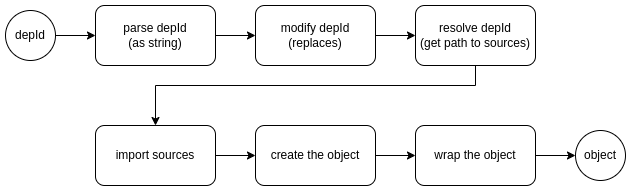
Before: doc/img/teqfw_di_container_steps.png, a diagram exported from draw.io (teqfw/di). Source tidied: cells renumbered, new cells last; positions are measured from the earlier drawing's top-left corner, leaving out a move shared by most shapes. Source of this version:
```xml
<mxGraphModel>
  <root>
    <mxCell id="0" />
    <mxCell id="1" parent="0" />
    <mxCell id="2" style="edgeStyle=orthogonalEdgeStyle;rounded=0;jettySize=auto;html=1;" parent="1" edge="1" source="3" target="5">
      <mxGeometry relative="1" as="geometry" />
    </mxCell>
    <mxCell id="3" value="parse depId &lt;br&gt;(as string)" style="rounded=1;whiteSpace=wrap;html=1;" parent="1" vertex="1">
      <mxGeometry x="90" width="120" height="60" as="geometry" />
    </mxCell>
    <mxCell id="4" style="edgeStyle=orthogonalEdgeStyle;rounded=0;jettySize=auto;html=1;" parent="1" edge="1" source="5" target="7">
      <mxGeometry relative="1" as="geometry" />
    </mxCell>
    <mxCell id="5" value="modify depId&lt;br&gt;(replaces)" style="rounded=1;whiteSpace=wrap;html=1;" parent="1" vertex="1">
      <mxGeometry x="250" width="120" height="60" as="geometry" />
    </mxCell>
    <mxCell id="6" style="edgeStyle=orthogonalEdgeStyle;rounded=0;jettySize=auto;html=1;" parent="1" edge="1" source="7" target="9">
      <mxGeometry relative="1" as="geometry">
        <Array as="points">
          <mxPoint x="470" y="80" />
          <mxPoint x="150" y="80" />
        </Array>
      </mxGeometry>
    </mxCell>
    <mxCell id="7" value="resolve depId&lt;br&gt;(get path to sources)" style="rounded=1;whiteSpace=wrap;html=1;" parent="1" vertex="1">
      <mxGeometry x="410" width="120" height="60" as="geometry" />
    </mxCell>
    <mxCell id="8" style="edgeStyle=orthogonalEdgeStyle;rounded=0;jettySize=auto;html=1;" parent="1" edge="1" source="9" target="11">
      <mxGeometry relative="1" as="geometry" />
    </mxCell>
    <mxCell id="9" value="import sources" style="rounded=1;whiteSpace=wrap;html=1;" parent="1" vertex="1">
      <mxGeometry x="90" y="120" width="120" height="60" as="geometry" />
    </mxCell>
    <mxCell id="10" style="edgeStyle=orthogonalEdgeStyle;rounded=0;jettySize=auto;html=1;" parent="1" edge="1" source="11" target="13">
      <mxGeometry relative="1" as="geometry" />
    </mxCell>
    <mxCell id="11" value="create the object" style="rounded=1;whiteSpace=wrap;html=1;" parent="1" vertex="1">
      <mxGeometry x="250" y="120" width="120" height="60" as="geometry" />
    </mxCell>
    <mxCell id="12" style="edgeStyle=orthogonalEdgeStyle;rounded=0;jettySize=auto;html=1;" parent="1" edge="1" source="13" target="16">
      <mxGeometry relative="1" as="geometry" />
    </mxCell>
    <mxCell id="13" value="wrap the object" style="rounded=1;whiteSpace=wrap;html=1;" parent="1" vertex="1">
      <mxGeometry x="410" y="120" width="120" height="60" as="geometry" />
    </mxCell>
    <mxCell id="14" style="edgeStyle=orthogonalEdgeStyle;rounded=0;jettySize=auto;html=1;" parent="1" edge="1" source="15" target="3">
      <mxGeometry relative="1" as="geometry" />
    </mxCell>
    <mxCell id="15" value="depId" style="ellipse;whiteSpace=wrap;html=1;" parent="1" vertex="1">
      <mxGeometry y="5" width="50" height="50" as="geometry" />
    </mxCell>
    <mxCell id="16" value="object" style="ellipse;whiteSpace=wrap;html=1;" parent="1" vertex="1">
      <mxGeometry x="570" y="125" width="50" height="50" as="geometry" />
    </mxCell>
  </root>
</mxGraphModel>
```
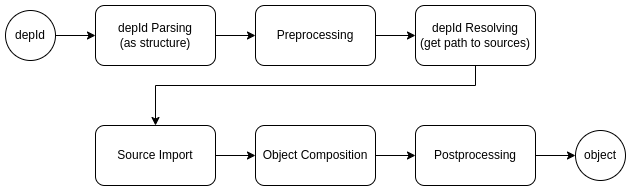
After the change.

Change to the diagram source:
```diff
@@ -5,13 +5,13 @@
     <mxCell id="2" style="edgeStyle=orthogonalEdgeStyle;rounded=0;jettySize=auto;html=1;" parent="1" edge="1" source="3" target="5">
       <mxGeometry relative="1" as="geometry" />
     </mxCell>
-    <mxCell id="3" value="parse depId &lt;br&gt;(as string)" style="rounded=1;whiteSpace=wrap;html=1;" parent="1" vertex="1">
+    <mxCell id="3" value="depId Parsing&lt;br&gt;(as structure)" style="rounded=1;whiteSpace=wrap;html=1;" parent="1" vertex="1">
       <mxGeometry x="90" width="120" height="60" as="geometry" />
     </mxCell>
     <mxCell id="4" style="edgeStyle=orthogonalEdgeStyle;rounded=0;jettySize=auto;html=1;" parent="1" edge="1" source="5" target="7">
       <mxGeometry relative="1" as="geometry" />
     </mxCell>
-    <mxCell id="5" value="modify depId&lt;br&gt;(replaces)" style="rounded=1;whiteSpace=wrap;html=1;" parent="1" vertex="1">
+    <mxCell id="5" value="Preprocessing" style="rounded=1;whiteSpace=wrap;html=1;" parent="1" vertex="1">
       <mxGeometry x="250" width="120" height="60" as="geometry" />
     </mxCell>
     <mxCell id="6" style="edgeStyle=orthogonalEdgeStyle;rounded=0;jettySize=auto;html=1;" parent="1" edge="1" source="7" target="9">
@@ -22,25 +22,25 @@
         </Array>
       </mxGeometry>
     </mxCell>
-    <mxCell id="7" value="resolve depId&lt;br&gt;(get path to sources)" style="rounded=1;whiteSpace=wrap;html=1;" parent="1" vertex="1">
+    <mxCell id="7" value="depId Resolving&lt;br&gt;(get path to sources)" style="rounded=1;whiteSpace=wrap;html=1;" parent="1" vertex="1">
       <mxGeometry x="410" width="120" height="60" as="geometry" />
     </mxCell>
     <mxCell id="8" style="edgeStyle=orthogonalEdgeStyle;rounded=0;jettySize=auto;html=1;" parent="1" edge="1" source="9" target="11">
       <mxGeometry relative="1" as="geometry" />
     </mxCell>
-    <mxCell id="9" value="import sources" style="rounded=1;whiteSpace=wrap;html=1;" parent="1" vertex="1">
+    <mxCell id="9" value="Source Import" style="rounded=1;whiteSpace=wrap;html=1;" parent="1" vertex="1">
       <mxGeometry x="90" y="120" width="120" height="60" as="geometry" />
     </mxCell>
     <mxCell id="10" style="edgeStyle=orthogonalEdgeStyle;rounded=0;jettySize=auto;html=1;" parent="1" edge="1" source="11" target="13">
       <mxGeometry relative="1" as="geometry" />
     </mxCell>
-    <mxCell id="11" value="create the object" style="rounded=1;whiteSpace=wrap;html=1;" parent="1" vertex="1">
+    <mxCell id="11" value="Object Composition" style="rounded=1;whiteSpace=wrap;html=1;" parent="1" vertex="1">
       <mxGeometry x="250" y="120" width="120" height="60" as="geometry" />
     </mxCell>
     <mxCell id="12" style="edgeStyle=orthogonalEdgeStyle;rounded=0;jettySize=auto;html=1;" parent="1" edge="1" source="13" target="16">
       <mxGeometry relative="1" as="geometry" />
     </mxCell>
-    <mxCell id="13" value="wrap the object" style="rounded=1;whiteSpace=wrap;html=1;" parent="1" vertex="1">
+    <mxCell id="13" value="Postprocessing" style="rounded=1;whiteSpace=wrap;html=1;" parent="1" vertex="1">
       <mxGeometry x="410" y="120" width="120" height="60" as="geometry" />
     </mxCell>
     <mxCell id="14" style="edgeStyle=orthogonalEdgeStyle;rounded=0;jettySize=auto;html=1;" parent="1" edge="1" source="15" target="3">
```
